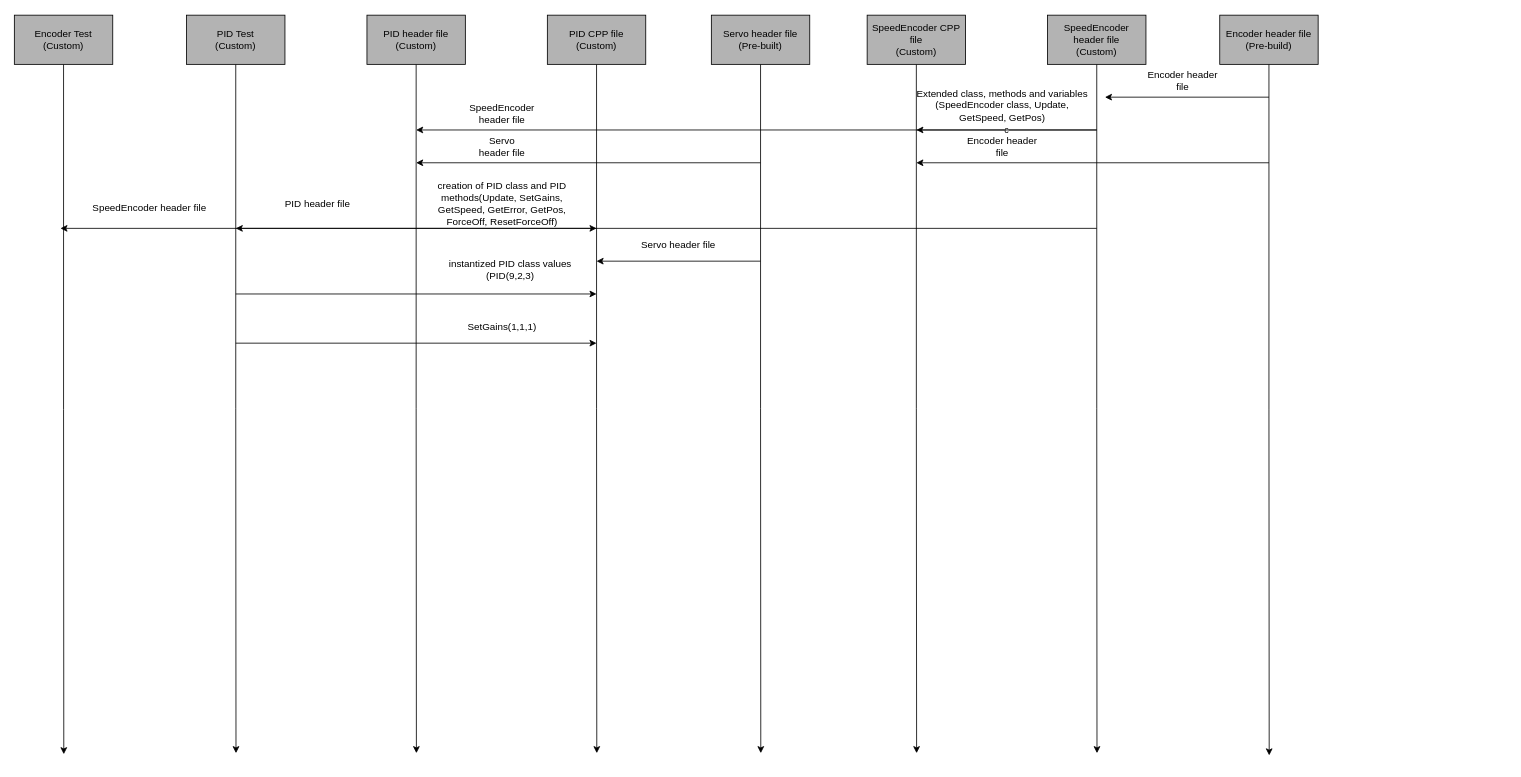
Before: Diagrams/SpeedEncoder.drawio in Daniel-Git-Hub/ENGG3000_T6, a draw.io diagram. Source tidied: cells renumbered, new cells numbered last; positions are measured from the earlier drawing's top-left corner, leaving out a move shared by most shapes. Both pictures are drawn from the tidied source at 82%, with x=0, y=0 at pixel (14, 15).
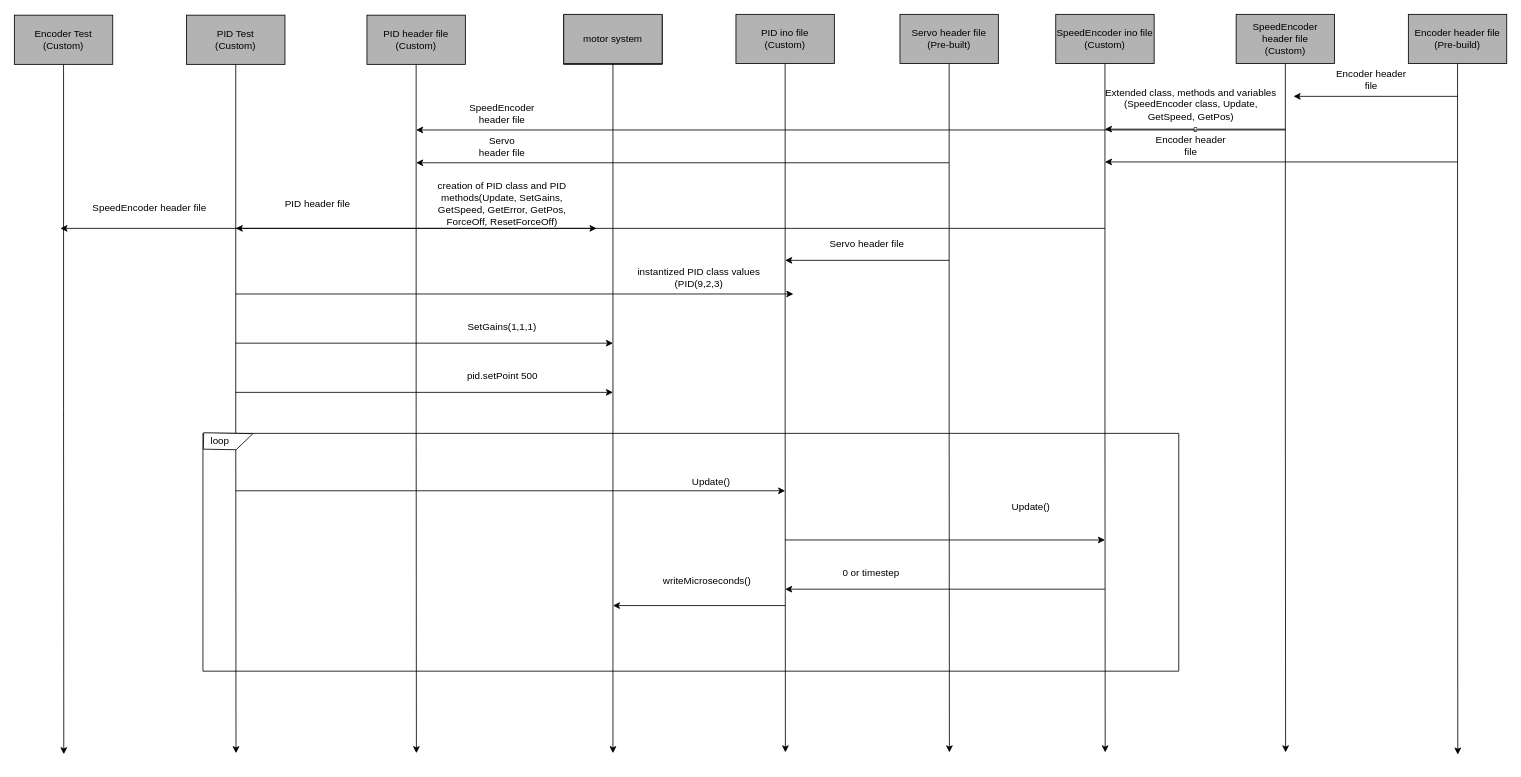
Above is the later version.

Commit message:
Added basic loop

What changed in the source:
```diff
@@
     <mxCell id="4" style="edgeStyle=orthogonalEdgeStyle;rounded=0;jettySize=auto;html=1;exitX=0.5;exitY=1;exitDx=0;exitDy=0;" parent="1" edge="1" source="5">
       <mxGeometry relative="1" as="geometry">
-        <mxPoint x="1100.3" y="900" as="targetPoint" />
+        <mxPoint x="1330.3" y="899" as="targetPoint" />
       </mxGeometry>
     </mxCell>
-    <mxCell id="5" value="SpeedEncoder CPP file&lt;br&gt;(Custom)" style="rounded=0;whiteSpace=wrap;html=1;fillColor=#B3B3B3;" parent="1" vertex="1">
-      <mxGeometry x="1040" width="120" height="60" as="geometry" />
+    <mxCell id="5" value="SpeedEncoder ino file&lt;br&gt;(Custom)" style="rounded=0;whiteSpace=wrap;html=1;fillColor=#B3B3B3;" parent="1" vertex="1">
+      <mxGeometry x="1270" y="-1" width="120" height="60" as="geometry" />
     </mxCell>
     <mxCell id="6" style="edgeStyle=orthogonalEdgeStyle;rounded=0;jettySize=auto;html=1;exitX=0.5;exitY=1;exitDx=0;exitDy=0;" parent="1" edge="1" source="7">
       <mxGeometry relative="1" as="geometry">
-        <mxPoint x="710.3" y="900" as="targetPoint" />
+        <mxPoint x="940.3" y="899" as="targetPoint" />
       </mxGeometry>
     </mxCell>
-    <mxCell id="7" value="PID CPP file&lt;br&gt;(Custom)" style="rounded=0;whiteSpace=wrap;html=1;fillColor=#B3B3B3;" parent="1" vertex="1">
-      <mxGeometry x="650" width="120" height="60" as="geometry" />
+    <mxCell id="7" value="PID ino file&lt;br&gt;(Custom)" style="rounded=0;whiteSpace=wrap;html=1;fillColor=#B3B3B3;" parent="1" vertex="1">
+      <mxGeometry x="880" y="-1" width="120" height="60" as="geometry" />
     </mxCell>
@@
     <mxCell id="12" style="edgeStyle=orthogonalEdgeStyle;rounded=0;jettySize=auto;html=1;exitX=0.5;exitY=1;exitDx=0;exitDy=0;" parent="1" edge="1" source="13">
       <mxGeometry relative="1" as="geometry">
-        <mxPoint x="1320.3" y="900" as="targetPoint" />
+        <mxPoint x="1550.3" y="899" as="targetPoint" />
       </mxGeometry>
     </mxCell>
     <mxCell id="13" value="SpeedEncoder header file&lt;br&gt;(Custom)" style="rounded=0;whiteSpace=wrap;html=1;fillColor=#B3B3B3;" parent="1" vertex="1">
-      <mxGeometry x="1260" width="120" height="60" as="geometry" />
+      <mxGeometry x="1490" y="-1" width="120" height="60" as="geometry" />
     </mxCell>
     <mxCell id="14" style="edgeStyle=orthogonalEdgeStyle;rounded=0;jettySize=auto;html=1;exitX=0.5;exitY=1;exitDx=0;exitDy=0;" parent="1" edge="1" source="15">
       <mxGeometry relative="1" as="geometry">
-        <mxPoint x="1530.3" y="902.7" as="targetPoint" />
+        <mxPoint x="1760.3" y="901.7" as="targetPoint" />
       </mxGeometry>
     </mxCell>
     <mxCell id="15" value="Encoder header file&lt;br&gt;(Pre-build)" style="rounded=0;whiteSpace=wrap;html=1;fillColor=#B3B3B3;" parent="1" vertex="1">
-      <mxGeometry x="1470" width="120" height="60" as="geometry" />
+      <mxGeometry x="1700" y="-1" width="120" height="60" as="geometry" />
     </mxCell>
     <mxCell id="16" style="endArrow=classic;html=1;" parent="1" edge="1">
       <mxGeometry relative="1" as="geometry">
-        <mxPoint x="1530" y="100" as="sourcePoint" />
-        <mxPoint x="1330" y="100" as="targetPoint" />
+        <mxPoint x="1760" y="99" as="sourcePoint" />
+        <mxPoint x="1560" y="99" as="targetPoint" />
       </mxGeometry>
     </mxCell>
     <mxCell id="17" value="Encoder header file" style="text;html=1;strokeColor=none;fillColor=none;align=center;verticalAlign=middle;whiteSpace=wrap;rounded=0;" parent="1" vertex="1">
-      <mxGeometry x="1380" y="70" width="90" height="20" as="geometry" />
+      <mxGeometry x="1610" y="69" width="90" height="20" as="geometry" />
     </mxCell>
     <mxCell id="18" value="c" style="endArrow=classic;html=1;" parent="1" edge="1">
       <mxGeometry relative="1" as="geometry">
-        <mxPoint x="1320" y="140" as="sourcePoint" />
-        <mxPoint x="1100" y="140" as="targetPoint" />
+        <mxPoint x="1550" y="139" as="sourcePoint" />
+        <mxPoint x="1330" y="139" as="targetPoint" />
       </mxGeometry>
     </mxCell>
     <mxCell id="19" value="Extended class, methods and variables&lt;br&gt;(SpeedEncoder class, Update, GetSpeed, GetPos)" style="text;html=1;strokeColor=none;fillColor=none;align=center;verticalAlign=middle;whiteSpace=wrap;rounded=0;" parent="1" vertex="1">
-      <mxGeometry x="1095" y="100" width="220" height="20" as="geometry" />
+      <mxGeometry x="1325" y="99" width="220" height="20" as="geometry" />
     </mxCell>
     <mxCell id="20" style="endArrow=classic;html=1;" parent="1" edge="1">
       <mxGeometry relative="1" as="geometry">
-        <mxPoint x="1530" y="180" as="sourcePoint" />
-        <mxPoint x="1100" y="180" as="targetPoint" />
+        <mxPoint x="1760" y="179" as="sourcePoint" />
+        <mxPoint x="1330" y="179" as="targetPoint" />
       </mxGeometry>
     </mxCell>
     <mxCell id="21" value="Encoder header file" style="text;html=1;strokeColor=none;fillColor=none;align=center;verticalAlign=middle;whiteSpace=wrap;rounded=0;" parent="1" vertex="1">
-      <mxGeometry x="1160" y="150" width="90" height="20" as="geometry" />
+      <mxGeometry x="1390" y="149" width="90" height="20" as="geometry" />
     </mxCell>
     <mxCell id="22" style="edgeStyle=orthogonalEdgeStyle;rounded=0;jettySize=auto;html=1;exitX=0.5;exitY=1;exitDx=0;exitDy=0;" parent="1" edge="1" source="23">
       <mxGeometry relative="1" as="geometry">
-        <mxPoint x="910.3" y="900" as="targetPoint" />
+        <mxPoint x="1140.3" y="899" as="targetPoint" />
       </mxGeometry>
     </mxCell>
     <mxCell id="23" value="Servo header file&lt;br&gt;(Pre-built)" style="rounded=0;whiteSpace=wrap;html=1;fillColor=#B3B3B3;" parent="1" vertex="1">
-      <mxGeometry x="850" width="120" height="60" as="geometry" />
+      <mxGeometry x="1080" y="-1" width="120" height="60" as="geometry" />
     </mxCell>
     <mxCell id="24" style="endArrow=classic;html=1;" parent="1" edge="1">
       <mxGeometry relative="1" as="geometry">
-        <mxPoint x="910" y="180" as="sourcePoint" />
+        <mxPoint x="1140" y="180" as="sourcePoint" />
         <mxPoint x="490" y="180" as="targetPoint" />
       </mxGeometry>
     </mxCell>
@@
     <mxCell id="27" style="endArrow=classic;html=1;" parent="1" edge="1">
       <mxGeometry relative="1" as="geometry">
-        <mxPoint x="1320" y="140" as="sourcePoint" />
+        <mxPoint x="1550" y="140" as="sourcePoint" />
         <mxPoint x="490" y="140" as="targetPoint" />
       </mxGeometry>
     </mxCell>
@@
     <mxCell id="30" style="endArrow=classic;html=1;" parent="1" edge="1">
       <mxGeometry relative="1" as="geometry">
-        <mxPoint x="910" y="300" as="sourcePoint" />
-        <mxPoint x="710" y="300" as="targetPoint" />
+        <mxPoint x="1140" y="299" as="sourcePoint" />
+        <mxPoint x="940" y="299" as="targetPoint" />
       </mxGeometry>
     </mxCell>
     <mxCell id="31" value="Servo header file" style="text;html=1;strokeColor=none;fillColor=none;align=center;verticalAlign=middle;whiteSpace=wrap;rounded=0;" parent="1" vertex="1">
-      <mxGeometry x="760" y="270" width="100" height="20" as="geometry" />
+      <mxGeometry x="990" y="269" width="100" height="20" as="geometry" />
     </mxCell>
@@
     <mxCell id="34" style="endArrow=classic;html=1;" parent="1" edge="1">
       <mxGeometry relative="1" as="geometry">
         <mxPoint x="270" y="400" as="sourcePoint" />
-        <mxPoint x="710" y="400" as="targetPoint" />
+        <mxPoint x="730" y="400" as="targetPoint" />
       </mxGeometry>
     </mxCell>
@@
     <mxCell id="36" style="endArrow=classic;html=1;" parent="1" edge="1">
       <mxGeometry relative="1" as="geometry">
-        <mxPoint x="1320" y="260" as="sourcePoint" />
+        <mxPoint x="1330" y="260" as="sourcePoint" />
         <mxPoint x="56.2" y="260" as="targetPoint" />
       </mxGeometry>
     </mxCell>
@@
     <mxCell id="38" style="endArrow=classic;html=1;" parent="1" edge="1">
       <mxGeometry relative="1" as="geometry">
         <mxPoint x="270" y="340" as="sourcePoint" />
-        <mxPoint x="710" y="340" as="targetPoint" />
+        <mxPoint x="950" y="340" as="targetPoint" />
       </mxGeometry>
     </mxCell>
     <mxCell id="39" value="instantized PID class values (PID(9,2,3)" style="text;html=1;strokeColor=none;fillColor=none;align=center;verticalAlign=middle;whiteSpace=wrap;rounded=0;" parent="1" vertex="1">
-      <mxGeometry x="520" y="300" width="170" height="20" as="geometry" />
+      <mxGeometry x="750" y="310" width="170" height="20" as="geometry" />
     </mxCell>
+    <mxCell id="40" style="endArrow=classic;html=1;" parent="1" edge="1">
+      <mxGeometry relative="1" as="geometry">
+        <mxPoint x="270" y="460" as="sourcePoint" />
+        <mxPoint x="730" y="460" as="targetPoint" />
+      </mxGeometry>
+    </mxCell>
+    <mxCell id="41" value="pid.setPoint 500" style="text;html=1;strokeColor=none;fillColor=none;align=center;verticalAlign=middle;whiteSpace=wrap;rounded=0;" parent="1" vertex="1">
+      <mxGeometry x="547.5" y="430" width="95" height="20" as="geometry" />
+    </mxCell>
+    <mxCell id="42" style="swimlane;startSize=0;" parent="1" vertex="1">
+      <mxGeometry x="230" y="510" width="1190" height="290" as="geometry" />
+    </mxCell>
+    <mxCell id="43" style="shape=card;whiteSpace=wrap;html=1;rotation=-179;" parent="42" vertex="1">
+      <mxGeometry x="0.7" y="-0.2" width="60" height="20" as="geometry" />
+    </mxCell>
+    <mxCell id="44" value="loop" style="text;html=1;strokeColor=none;fillColor=none;align=center;verticalAlign=middle;whiteSpace=wrap;rounded=0;" parent="42" vertex="1">
+      <mxGeometry x="0.7" width="40" height="20" as="geometry" />
+    </mxCell>
+    <mxCell id="45" value="Update()" style="text;html=1;strokeColor=none;fillColor=none;align=center;verticalAlign=middle;whiteSpace=wrap;rounded=0;" parent="42" vertex="1">
+      <mxGeometry x="580" y="50" width="80" height="20" as="geometry" />
+    </mxCell>
+    <mxCell id="46" style="endArrow=classic;html=1;" parent="42" edge="1">
+      <mxGeometry relative="1" as="geometry">
+        <mxPoint x="710" y="130" as="sourcePoint" />
+        <mxPoint x="1100" y="130" as="targetPoint" />
+      </mxGeometry>
+    </mxCell>
+    <mxCell id="47" value="Update()" style="text;html=1;strokeColor=none;fillColor=none;align=center;verticalAlign=middle;whiteSpace=wrap;rounded=0;" parent="42" vertex="1">
+      <mxGeometry x="970" y="80" width="80" height="20" as="geometry" />
+    </mxCell>
+    <mxCell id="48" value="0 or timestep" style="text;html=1;strokeColor=none;fillColor=none;align=center;verticalAlign=middle;whiteSpace=wrap;rounded=0;" parent="42" vertex="1">
+      <mxGeometry x="760" y="160" width="110" height="20" as="geometry" />
+    </mxCell>
+    <mxCell id="49" value="writeMicroseconds()" style="text;html=1;strokeColor=none;fillColor=none;align=center;verticalAlign=middle;whiteSpace=wrap;rounded=0;" parent="42" vertex="1">
+      <mxGeometry x="550" y="170" width="130" height="20" as="geometry" />
+    </mxCell>
+    <mxCell id="50" style="rounded=0;whiteSpace=wrap;html=1;" parent="1" vertex="1">
+      <mxGeometry x="670" width="120" height="60" as="geometry" />
+    </mxCell>
+    <mxCell id="51" style="edgeStyle=orthogonalEdgeStyle;rounded=0;jettySize=auto;html=1;exitX=0.5;exitY=1;exitDx=0;exitDy=0;" parent="1" edge="1" source="52">
+      <mxGeometry relative="1" as="geometry">
+        <mxPoint x="730" y="900" as="targetPoint" />
+      </mxGeometry>
+    </mxCell>
+    <mxCell id="52" value="motor system" style="rounded=0;whiteSpace=wrap;html=1;fillColor=#B3B3B3;" parent="1" vertex="1">
+      <mxGeometry x="670" y="-1" width="120" height="60" as="geometry" />
+    </mxCell>
+    <mxCell id="53" style="endArrow=classic;html=1;" parent="1" edge="1">
+      <mxGeometry relative="1" as="geometry">
+        <mxPoint x="270" y="580" as="sourcePoint" />
+        <mxPoint x="940" y="580" as="targetPoint" />
+      </mxGeometry>
+    </mxCell>
+    <mxCell id="54" style="endArrow=classic;html=1;" parent="1" edge="1">
+      <mxGeometry relative="1" as="geometry">
+        <mxPoint x="1330" y="700" as="sourcePoint" />
+        <mxPoint x="940" y="700" as="targetPoint" />
+      </mxGeometry>
+    </mxCell>
+    <mxCell id="55" style="endArrow=classic;html=1;" parent="1" edge="1">
+      <mxGeometry relative="1" as="geometry">
+        <mxPoint x="940" y="720" as="sourcePoint" />
+        <mxPoint x="730" y="720" as="targetPoint" />
+      </mxGeometry>
+    </mxCell>
```
